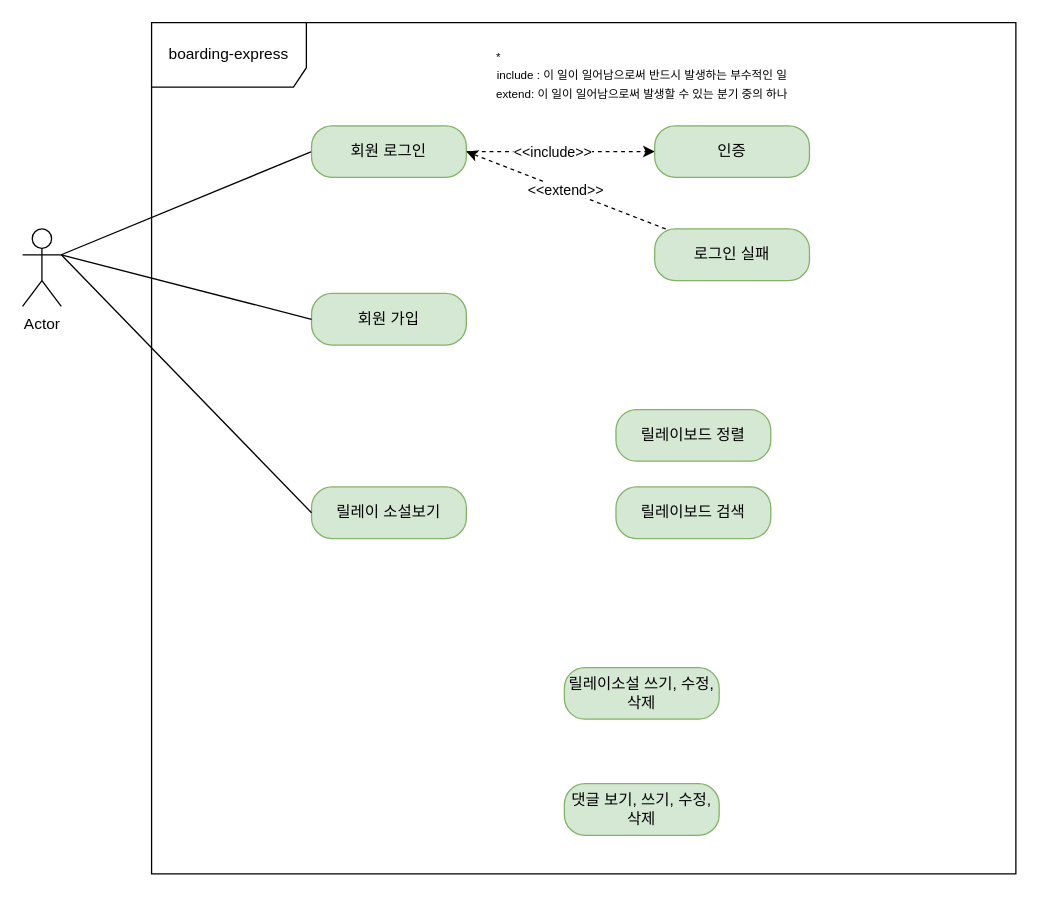
Earlier version of the draw.io diagram boarding-express/제목 없는 다이어그램.drawio (6161990/T-Express). Source tidied: cells renumbered, new cells numbered last; positions are measured from the earlier drawing's top-left corner, leaving out a move shared by most shapes. Both pictures are drawn from the tidied source at 129%, with x=0, y=0 at pixel (22, 22).
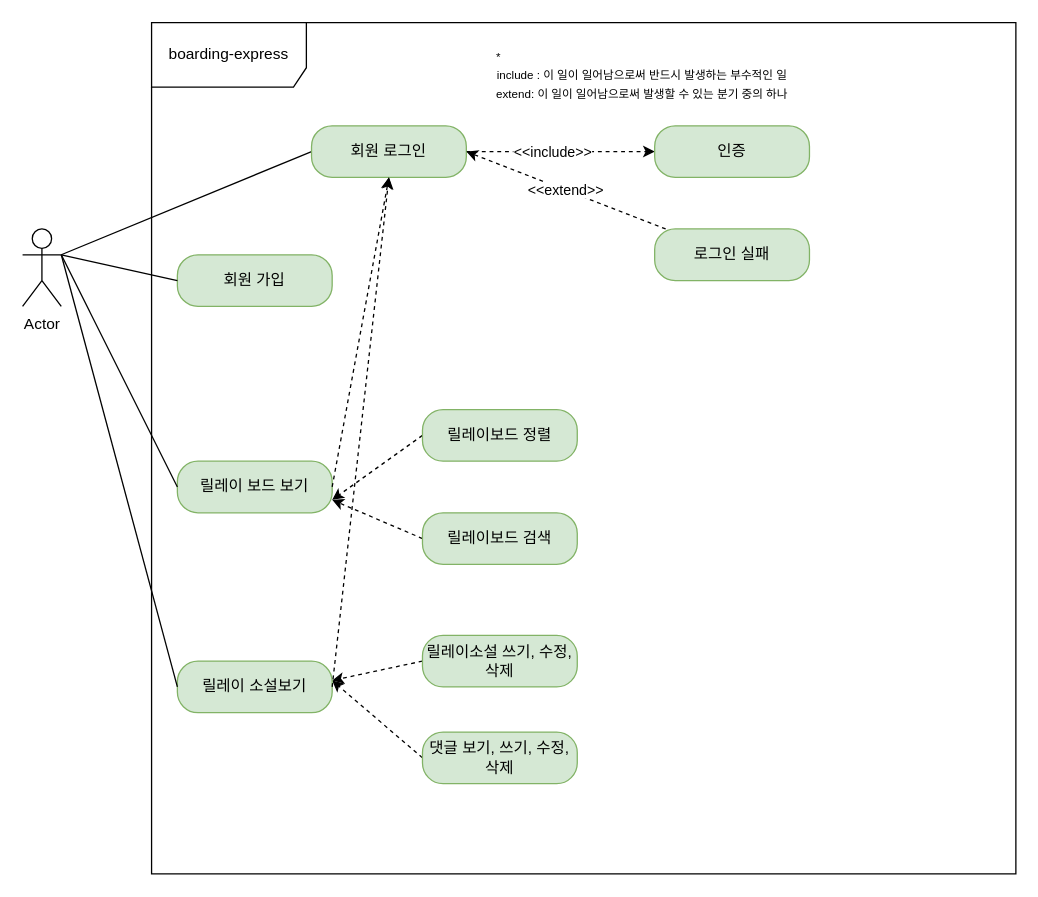
After the change.

Commit message:
제목 없는 다이어그램.drawio 업데이트

Unchanged cells that the change refers to:
```xml
<mxCell id="3" value="Actor" style="shape=umlActor;verticalLabelPosition=bottom;verticalAlign=top;html=1;outlineConnect=0;" parent="1" vertex="1">
  <mxGeometry y="160" width="30" height="60" as="geometry" />
</mxCell>
<mxCell id="7" value="회원 로그인" style="rounded=1;whiteSpace=wrap;html=1;arcSize=40;fillColor=#d5e8d4;strokeColor=#82b366;" parent="1" vertex="1">
  <mxGeometry x="224" y="80" width="120" height="40" as="geometry" />
</mxCell>
```

Diff of the diagram source:
```diff
@@
     <mxCell id="8" value="회원 가입" style="rounded=1;whiteSpace=wrap;html=1;arcSize=40;fillColor=#d5e8d4;strokeColor=#82b366;" parent="1" vertex="1">
-      <mxGeometry x="224" y="210" width="120" height="40" as="geometry" />
+      <mxGeometry x="120" y="180" width="120" height="40" as="geometry" />
     </mxCell>
-    <mxCell id="9" value="릴레이 소설보기" style="rounded=1;whiteSpace=wrap;html=1;arcSize=40;fillColor=#d5e8d4;strokeColor=#82b366;" parent="1" vertex="1">
-      <mxGeometry x="224" y="360" width="120" height="40" as="geometry" />
+    <mxCell id="9" value="릴레이 보드 보기" style="rounded=1;whiteSpace=wrap;html=1;arcSize=40;fillColor=#d5e8d4;strokeColor=#82b366;" parent="1" vertex="1">
+      <mxGeometry x="120" y="340" width="120" height="40" as="geometry" />
     </mxCell>
@@
+    <mxCell id="20" style="edgeStyle=none;rounded=0;jettySize=auto;html=1;exitX=0;exitY=0.5;exitDx=0;exitDy=0;entryX=1;entryY=0.75;entryDx=0;entryDy=0;dashed=1;fontSize=9;endArrow=classic;endFill=1;" parent="1" edge="1" source="13" target="9">
+      <mxGeometry relative="1" as="geometry" />
+    </mxCell>
     <mxCell id="13" value="릴레이보드 정렬" style="rounded=1;whiteSpace=wrap;html=1;arcSize=40;fillColor=#d5e8d4;strokeColor=#82b366;" parent="1" vertex="1">
-      <mxGeometry x="460" y="300" width="120" height="40" as="geometry" />
+      <mxGeometry x="310" y="300" width="120" height="40" as="geometry" />
     </mxCell>
+    <mxCell id="21" style="edgeStyle=none;rounded=0;jettySize=auto;html=1;exitX=0;exitY=0.5;exitDx=0;exitDy=0;dashed=1;fontSize=9;endArrow=classic;endFill=1;" parent="1" edge="1" source="14">
+      <mxGeometry relative="1" as="geometry">
+        <mxPoint x="240" y="370" as="targetPoint" />
+      </mxGeometry>
+    </mxCell>
     <mxCell id="14" value="릴레이보드 검색" style="rounded=1;whiteSpace=wrap;html=1;arcSize=40;fillColor=#d5e8d4;strokeColor=#82b366;" parent="1" vertex="1">
-      <mxGeometry x="460" y="360" width="120" height="40" as="geometry" />
+      <mxGeometry x="310" y="380" width="120" height="40" as="geometry" />
     </mxCell>
+    <mxCell id="22" style="edgeStyle=none;rounded=0;jettySize=auto;html=1;exitX=0;exitY=0.5;exitDx=0;exitDy=0;dashed=1;fontSize=9;endArrow=classic;endFill=1;" parent="1" edge="1" source="15">
+      <mxGeometry relative="1" as="geometry">
+        <mxPoint x="240" y="510" as="targetPoint" />
+      </mxGeometry>
+    </mxCell>
     <mxCell id="15" value="릴레이소설 쓰기, 수정, 삭제" style="rounded=1;whiteSpace=wrap;html=1;arcSize=40;fillColor=#d5e8d4;strokeColor=#82b366;" parent="1" vertex="1">
-      <mxGeometry x="420" y="500" width="120" height="40" as="geometry" />
+      <mxGeometry x="310" y="475" width="120" height="40" as="geometry" />
     </mxCell>
+    <mxCell id="23" style="edgeStyle=none;rounded=0;jettySize=auto;html=1;exitX=0;exitY=0.5;exitDx=0;exitDy=0;dashed=1;fontSize=9;endArrow=classic;endFill=1;" parent="1" edge="1" source="16">
+      <mxGeometry relative="1" as="geometry">
+        <mxPoint x="240" y="510" as="targetPoint" />
+      </mxGeometry>
+    </mxCell>
     <mxCell id="16" value="댓글 보기, 쓰기, 수정, 삭제" style="rounded=1;whiteSpace=wrap;html=1;arcSize=40;fillColor=#d5e8d4;strokeColor=#82b366;" parent="1" vertex="1">
-      <mxGeometry x="420" y="590" width="120" height="40" as="geometry" />
+      <mxGeometry x="310" y="550" width="120" height="40" as="geometry" />
     </mxCell>
@@
+    <mxCell id="24" value="릴레이 소설보기" style="rounded=1;whiteSpace=wrap;html=1;arcSize=40;fillColor=#d5e8d4;strokeColor=#82b366;" parent="1" vertex="1">
+      <mxGeometry x="120" y="495" width="120" height="40" as="geometry" />
+    </mxCell>
+    <mxCell id="25" style="rounded=0;jettySize=auto;html=1;endArrow=none;endFill=0;entryX=0;entryY=0.5;entryDx=0;entryDy=0;exitX=1;exitY=0.3333333333333333;exitDx=0;exitDy=0;exitPerimeter=0;" parent="1" edge="1" source="3" target="24">
+      <mxGeometry relative="1" as="geometry" />
+    </mxCell>
+    <mxCell id="26" style="edgeStyle=none;rounded=0;jettySize=auto;html=1;dashed=1;fontSize=9;endArrow=classic;endFill=1;entryX=0.5;entryY=1;entryDx=0;entryDy=0;exitX=1;exitY=0.5;exitDx=0;exitDy=0;" parent="1" edge="1" source="9" target="7">
+      <mxGeometry relative="1" as="geometry" />
+    </mxCell>
+    <mxCell id="27" style="edgeStyle=none;rounded=0;jettySize=auto;html=1;dashed=1;fontSize=9;endArrow=classic;endFill=1;exitX=1;exitY=0.5;exitDx=0;exitDy=0;entryX=0.5;entryY=1;entryDx=0;entryDy=0;" parent="1" edge="1" source="24" target="7">
+      <mxGeometry relative="1" as="geometry" />
+    </mxCell>
```
